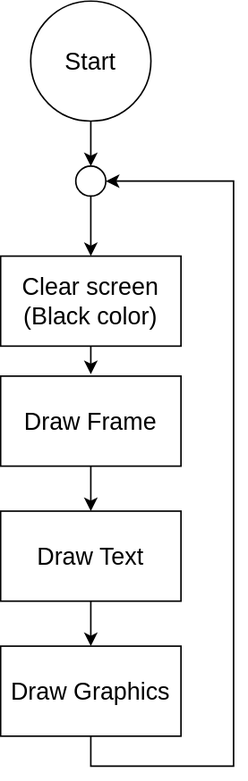
Earlier version of the draw.io export Images/Single_Buffering_Problem.svg (016Rusneeda/Week-09-SPI-OLED-and-Kestrel-UI). Source tidied: cells renumbered, new cells last; positions are measured from the earlier drawing's top-left corner, leaving out a move shared by most shapes.
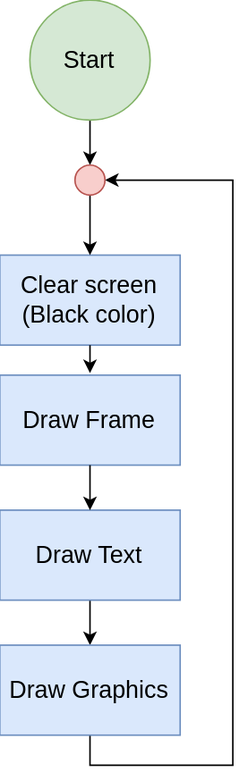
After the commit.

The edit, as a diff of the source:
```diff
@@ -5,19 +5,19 @@
     <mxCell id="2" style="edgeStyle=orthogonalEdgeStyle;rounded=0;jettySize=auto;html=1;entryX=0.5;entryY=0;entryDx=0;entryDy=0;" parent="1" edge="1" source="3" target="11">
       <mxGeometry relative="1" as="geometry" />
     </mxCell>
-    <mxCell id="3" value="Start" style="ellipse;whiteSpace=wrap;html=1;shapeInside=1;fontSize=16;" parent="1" vertex="1">
+    <mxCell id="3" value="Start" style="ellipse;whiteSpace=wrap;html=1;shapeInside=1;fontSize=16;fillColor=#d5e8d4;strokeColor=#82b366;" parent="1" vertex="1">
       <mxGeometry x="20" width="80" height="80" as="geometry" />
     </mxCell>
-    <mxCell id="4" value="&lt;font style=&quot;font-size: 16px;&quot;&gt;Clear screen&lt;/font&gt;&lt;div&gt;&lt;font style=&quot;font-size: 16px;&quot;&gt;(Black color)&lt;/font&gt;&lt;/div&gt;" style="rounded=0;whiteSpace=wrap;html=1;" parent="1" vertex="1">
+    <mxCell id="4" value="&lt;font style=&quot;font-size: 16px;&quot;&gt;Clear screen&lt;/font&gt;&lt;div&gt;&lt;font style=&quot;font-size: 16px;&quot;&gt;(Black color)&lt;/font&gt;&lt;/div&gt;" style="rounded=0;whiteSpace=wrap;html=1;fillColor=#dae8fc;strokeColor=#6c8ebf;" parent="1" vertex="1">
       <mxGeometry y="170" width="120" height="60" as="geometry" />
     </mxCell>
-    <mxCell id="5" value="&lt;span style=&quot;font-size: 16px;&quot;&gt;Draw Frame&lt;/span&gt;" style="rounded=0;whiteSpace=wrap;html=1;" parent="1" vertex="1">
+    <mxCell id="5" value="&lt;span style=&quot;font-size: 16px;&quot;&gt;Draw Frame&lt;/span&gt;" style="rounded=0;whiteSpace=wrap;html=1;fillColor=#dae8fc;strokeColor=#6c8ebf;" parent="1" vertex="1">
       <mxGeometry y="250" width="120" height="60" as="geometry" />
     </mxCell>
     <mxCell id="6" style="edgeStyle=orthogonalEdgeStyle;rounded=0;jettySize=auto;html=1;exitX=0.5;exitY=1;exitDx=0;exitDy=0;entryX=0.5;entryY=0;entryDx=0;entryDy=0;" parent="1" edge="1" source="7" target="9">
       <mxGeometry relative="1" as="geometry" />
     </mxCell>
-    <mxCell id="7" value="&lt;span style=&quot;font-size: 16px;&quot;&gt;Draw Text&lt;/span&gt;" style="rounded=0;whiteSpace=wrap;html=1;" parent="1" vertex="1">
+    <mxCell id="7" value="&lt;span style=&quot;font-size: 16px;&quot;&gt;Draw Text&lt;/span&gt;" style="rounded=0;whiteSpace=wrap;html=1;fillColor=#dae8fc;strokeColor=#6c8ebf;" parent="1" vertex="1">
       <mxGeometry y="340" width="120" height="60" as="geometry" />
     </mxCell>
     <mxCell id="8" style="edgeStyle=orthogonalEdgeStyle;rounded=0;jettySize=auto;html=1;exitX=0.5;exitY=1;exitDx=0;exitDy=0;entryX=1;entryY=0.5;entryDx=0;entryDy=0;" parent="1" edge="1" source="9" target="11">
@@ -29,13 +29,13 @@
         </Array>
       </mxGeometry>
     </mxCell>
-    <mxCell id="9" value="&lt;span style=&quot;font-size: 16px;&quot;&gt;Draw Graphics&lt;/span&gt;" style="rounded=0;whiteSpace=wrap;html=1;" parent="1" vertex="1">
+    <mxCell id="9" value="&lt;span style=&quot;font-size: 16px;&quot;&gt;Draw Graphics&lt;/span&gt;" style="rounded=0;whiteSpace=wrap;html=1;fillColor=#dae8fc;strokeColor=#6c8ebf;" parent="1" vertex="1">
       <mxGeometry y="430" width="120" height="60" as="geometry" />
     </mxCell>
     <mxCell id="10" style="edgeStyle=orthogonalEdgeStyle;rounded=0;jettySize=auto;html=1;exitX=0.5;exitY=1;exitDx=0;exitDy=0;entryX=0.5;entryY=0;entryDx=0;entryDy=0;" parent="1" edge="1" source="11" target="4">
       <mxGeometry relative="1" as="geometry" />
     </mxCell>
-    <mxCell id="11" style="ellipse;whiteSpace=wrap;html=1;shapeInside=1;" parent="1" vertex="1">
+    <mxCell id="11" style="ellipse;whiteSpace=wrap;html=1;shapeInside=1;fillColor=#f8cecc;strokeColor=#b85450;" parent="1" vertex="1">
       <mxGeometry x="50" y="110" width="20" height="20" as="geometry" />
     </mxCell>
     <mxCell id="12" style="edgeStyle=orthogonalEdgeStyle;rounded=0;jettySize=auto;html=1;exitX=0.5;exitY=1;exitDx=0;exitDy=0;entryX=0.5;entryY=-0.022;entryDx=0;entryDy=0;entryPerimeter=0;" parent="1" edge="1" source="4" target="5">
```
